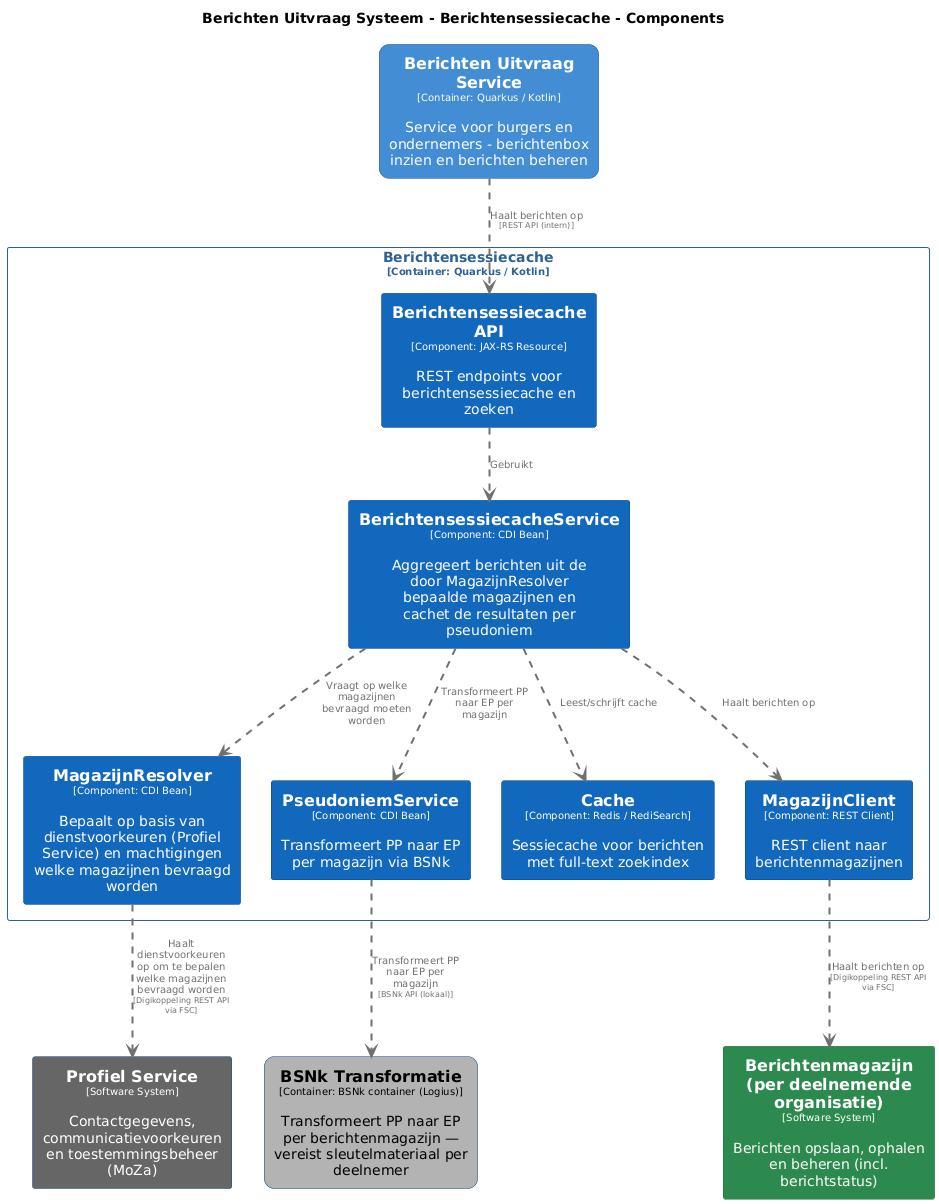
This is pr-preview/pr-22/master/png/BerichtensessiecacheComponenten.png from MinBZK/moza-poc-fbs-berichtenbox, a PlantUML export, as it was before one commit.
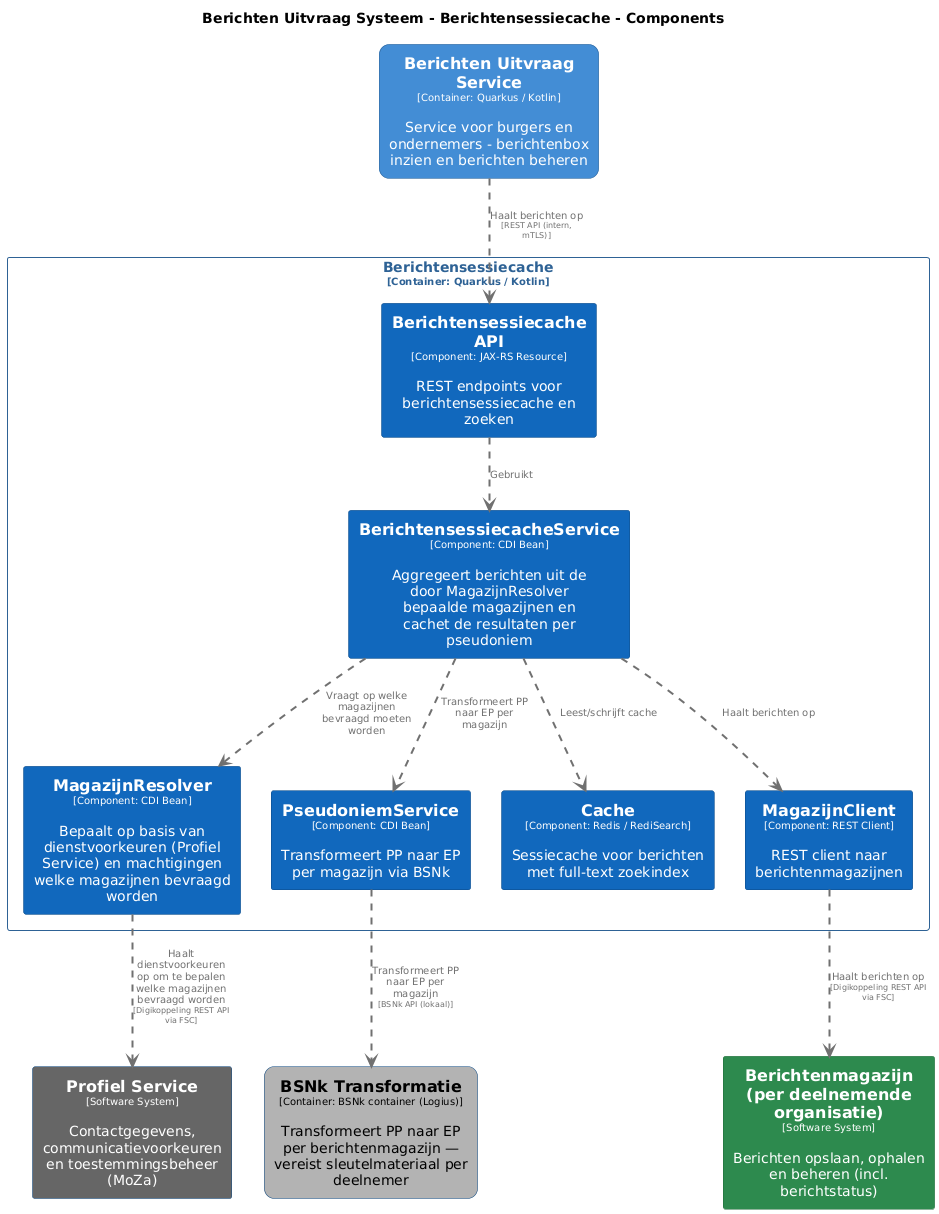
Above is the later version.

What changed in the source:
```diff
@@ -105,5 +105,5 @@
 BerichtenUitvraagSysteem.Berichtensessiecache.BerichtensessiecacheService .[#707070,thickness=2].> BerichtenUitvraagSysteem.Berichtensessiecache.Cache : "<color:#707070>Leest/schrijft cache"
 BerichtenUitvraagSysteem.Berichtensessiecache.BerichtensessiecacheService .[#707070,thickness=2].> BerichtenUitvraagSysteem.Berichtensessiecache.MagazijnClient : "<color:#707070>Haalt berichten op"
 BerichtenUitvraagSysteem.Berichtensessiecache.PseudoniemService .[#707070,thickness=2].> BerichtenUitvraagSysteem.BSNkTransformatie : "<color:#707070>Transformeert PP naar EP per magazijn\n<color:#707070><size:8>[BSNk API (lokaal)]</size>"
-BerichtenUitvraagSysteem.BerichtenUitvraagService .[#707070,thickness=2].> BerichtenUitvraagSysteem.Berichtensessiecache.BerichtensessiecacheAPI : "<color:#707070>Haalt berichten op\n<color:#707070><size:8>[REST API (intern)]</size>"
+BerichtenUitvraagSysteem.BerichtenUitvraagService .[#707070,thickness=2].> BerichtenUitvraagSysteem.Berichtensessiecache.BerichtensessiecacheAPI : "<color:#707070>Haalt berichten op\n<color:#707070><size:8>[REST API (intern, mTLS)]</size>"
 @enduml
```
